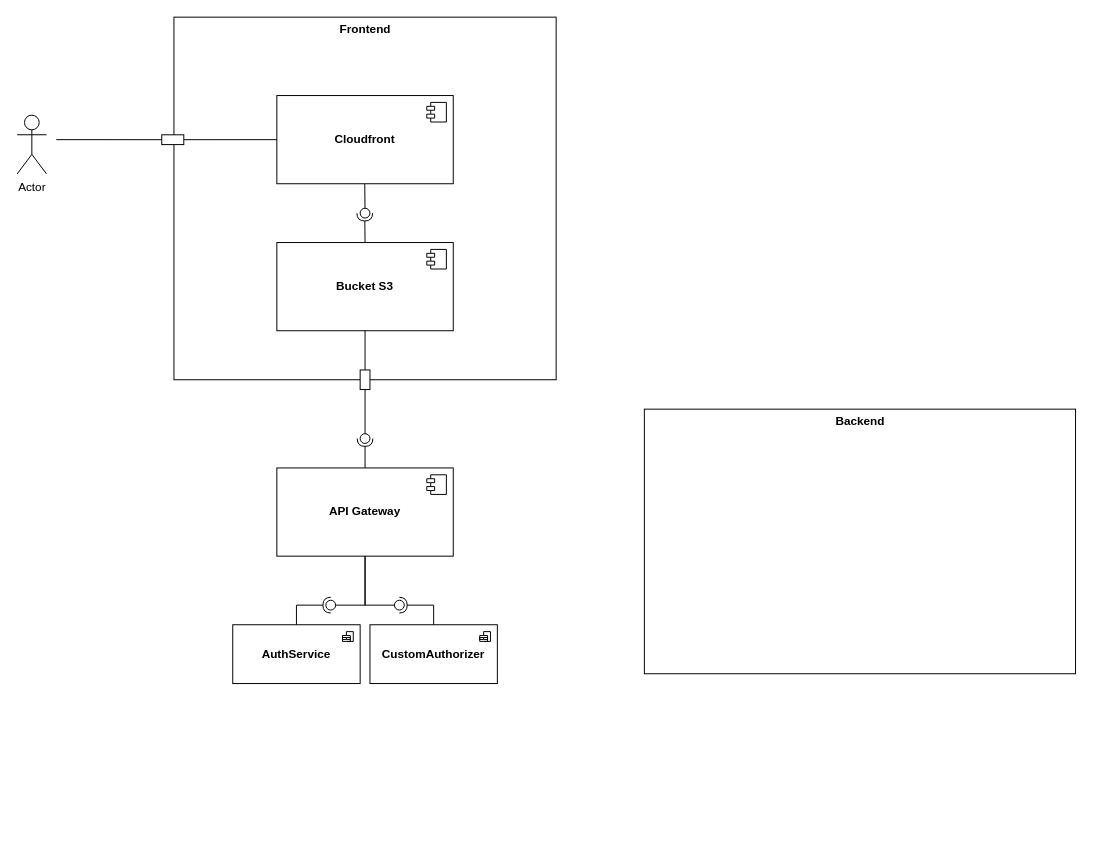
Earlier version of the draw.io diagram UML_E1.drawio (dgolzm/E1-Arqui-UML). Source tidied: cells renumbered, new cells numbered last; positions are measured from the earlier drawing's top-left corner, leaving out a move shared by most shapes. Both pictures are drawn from the tidied source at 98%, with x=0, y=0 at pixel (17, 17).
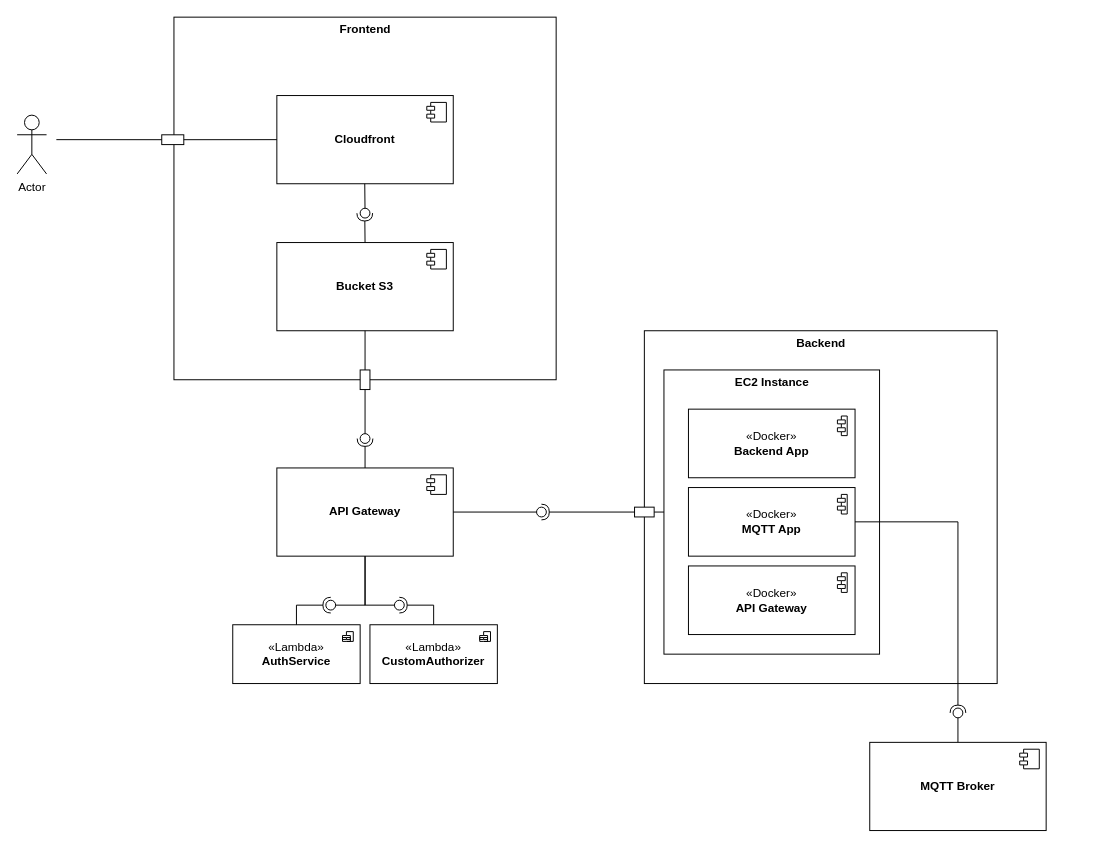
The same page after the edit.

Unchanged cells that the change refers to:
```xml
<mxCell id="10" value="&lt;b&gt;API Gateway&lt;/b&gt;" style="html=1;whiteSpace=wrap;" parent="1" vertex="1">
  <mxGeometry x="265" y="460" width="180" height="90" as="geometry" />
</mxCell>
```

The edit, as a diff of the source:
```diff
@@
     <mxCell id="4" style="html=1;whiteSpace=wrap;" parent="1" vertex="1">
-      <mxGeometry x="640" y="400" width="440" height="270" as="geometry" />
+      <mxGeometry x="640" y="320" width="360" height="360" as="geometry" />
     </mxCell>
     <mxCell id="5" value="Backend" style="text;align=center;fontStyle=1;verticalAlign=middle;spacingLeft=3;spacingRight=3;strokeColor=none;html=1;" parent="1" vertex="1">
-      <mxGeometry x="820" y="400" width="80" height="26" as="geometry" />
+      <mxGeometry x="780" y="320" width="80" height="26" as="geometry" />
     </mxCell>
@@
-    <mxCell id="17" value="&lt;b&gt;AuthService&lt;/b&gt;" style="html=1;whiteSpace=wrap;" parent="1" vertex="1">
+    <mxCell id="17" value="&lt;div&gt;«Lambda»&lt;br&gt;&lt;/div&gt;&lt;b&gt;AuthService&lt;/b&gt;" style="html=1;whiteSpace=wrap;" parent="1" vertex="1">
       <mxGeometry x="220" y="620" width="130" height="60" as="geometry" />
     </mxCell>
@@
-    <mxCell id="19" value="&lt;b&gt;CustomAuthorizer&lt;/b&gt;" style="html=1;whiteSpace=wrap;" parent="1" vertex="1">
+    <mxCell id="19" value="&lt;div&gt;«Lambda»&lt;br&gt;&lt;/div&gt;&lt;b&gt;CustomAuthorizer&lt;/b&gt;" style="html=1;whiteSpace=wrap;" parent="1" vertex="1">
       <mxGeometry x="360" y="620" width="130" height="60" as="geometry" />
     </mxCell>
@@
+    <mxCell id="35" style="html=1;whiteSpace=wrap;" parent="1" vertex="1">
+      <mxGeometry x="660" y="360" width="220" height="290" as="geometry" />
+    </mxCell>
+    <mxCell id="36" value="EC2 Instance" style="text;align=center;fontStyle=1;verticalAlign=middle;spacingLeft=3;spacingRight=3;strokeColor=none;html=1;" parent="1" vertex="1">
+      <mxGeometry x="730" y="360" width="80" height="26" as="geometry" />
+    </mxCell>
+    <mxCell id="37" value="&lt;div&gt;«Docker»&lt;br&gt;&lt;/div&gt;&lt;b&gt;Backend App&lt;/b&gt;" style="html=1;whiteSpace=wrap;" parent="1" vertex="1">
+      <mxGeometry x="685" y="400" width="170" height="70" as="geometry" />
+    </mxCell>
+    <mxCell id="38" style="shape=module;jettyWidth=8;jettyHeight=4;" parent="37" vertex="1">
+      <mxGeometry x="1" width="10" height="20" relative="1" as="geometry">
+        <mxPoint x="-18" y="7" as="offset" />
+      </mxGeometry>
+    </mxCell>
+    <mxCell id="39" value="&lt;div&gt;«Docker»&lt;b&gt;&lt;br&gt;&lt;/b&gt;&lt;/div&gt;&lt;b&gt;MQTT App&lt;/b&gt;" style="html=1;whiteSpace=wrap;" parent="1" vertex="1">
+      <mxGeometry x="685" y="480" width="170" height="70" as="geometry" />
+    </mxCell>
+    <mxCell id="40" style="shape=module;jettyWidth=8;jettyHeight=4;" parent="39" vertex="1">
+      <mxGeometry x="1" width="10" height="20" relative="1" as="geometry">
+        <mxPoint x="-18" y="7" as="offset" />
+      </mxGeometry>
+    </mxCell>
+    <mxCell id="41" value="&lt;div&gt;«Docker»&lt;b&gt;&lt;br&gt;&lt;/b&gt;&lt;/div&gt;&lt;b&gt;API Gateway&lt;/b&gt;" style="html=1;whiteSpace=wrap;" parent="1" vertex="1">
+      <mxGeometry x="685" y="560" width="170" height="70" as="geometry" />
+    </mxCell>
+    <mxCell id="42" style="shape=module;jettyWidth=8;jettyHeight=4;" parent="41" vertex="1">
+      <mxGeometry x="1" width="10" height="20" relative="1" as="geometry">
+        <mxPoint x="-18" y="7" as="offset" />
+      </mxGeometry>
+    </mxCell>
+    <mxCell id="43" style="rounded=0;jettySize=auto;html=1;endArrow=halfCircle;endFill=0;endSize=6;strokeWidth=1;sketch=0;exitX=0;exitY=0.5;exitDx=0;exitDy=0;" parent="1" edge="1" source="46" target="45">
+      <mxGeometry relative="1" as="geometry" />
+    </mxCell>
+    <mxCell id="44" style="rounded=0;jettySize=auto;html=1;endArrow=oval;endFill=0;sketch=0;sourcePerimeterSpacing=0;targetPerimeterSpacing=0;endSize=10;exitX=1;exitY=0.5;exitDx=0;exitDy=0;" parent="1" edge="1" source="10" target="45">
+      <mxGeometry relative="1" as="geometry" />
+    </mxCell>
+    <mxCell id="45" style="ellipse;whiteSpace=wrap;html=1;align=center;fillColor=none;strokeColor=none;perimeter=centerPerimeter;points=[];outlineConnect=1;" parent="1" vertex="1">
+      <mxGeometry x="530" y="500" width="10" height="10" as="geometry" />
+    </mxCell>
+    <mxCell id="46" style="html=1;whiteSpace=wrap;" parent="1" vertex="1">
+      <mxGeometry x="630" y="500" width="20" height="10" as="geometry" />
+    </mxCell>
+    <mxCell id="47" style="line;strokeWidth=1;fillColor=none;align=left;verticalAlign=middle;spacingTop=-1;spacingLeft=3;spacingRight=3;labelPosition=right;strokeColor=inherit;" parent="1" vertex="1">
+      <mxGeometry x="650" y="501" width="10" height="8" as="geometry" />
+    </mxCell>
+    <mxCell id="48" style="ellipse;whiteSpace=wrap;html=1;align=center;fillColor=none;strokeColor=none;perimeter=centerPerimeter;" parent="1" vertex="1">
+      <mxGeometry x="870" y="510" width="10" height="10" as="geometry" />
+    </mxCell>
+    <mxCell id="49" style="rounded=0;jettySize=auto;html=1;endArrow=halfCircle;endFill=0;endSize=6;strokeWidth=1;sketch=0;exitX=1;exitY=0.5;exitDx=0;exitDy=0;" parent="1" edge="1" source="39">
+      <mxGeometry relative="1" as="geometry">
+        <mxPoint x="960" y="710" as="targetPoint" />
+        <Array as="points">
+          <mxPoint x="960" y="515" />
+        </Array>
+      </mxGeometry>
+    </mxCell>
+    <mxCell id="50" style="rounded=0;orthogonalLoop=1;jettySize=auto;html=1;endArrow=oval;endFill=0;sketch=0;sourcePerimeterSpacing=0;targetPerimeterSpacing=0;endSize=10;entryX=0.587;entryY=0.798;entryDx=0;entryDy=0;entryPerimeter=0;" parent="1" edge="1">
+      <mxGeometry relative="1" as="geometry">
+        <mxPoint x="960" y="740" as="sourcePoint" />
+        <mxPoint x="960" y="710" as="targetPoint" />
+      </mxGeometry>
+    </mxCell>
+    <mxCell id="51" style="ellipse;whiteSpace=wrap;html=1;align=center;fillColor=none;strokeColor=none;perimeter=centerPerimeter;" parent="1" vertex="1">
+      <mxGeometry x="950" y="710" width="10" height="10" as="geometry" />
+    </mxCell>
+    <mxCell id="52" value="&lt;b&gt;MQTT Broker&lt;/b&gt;" style="html=1;whiteSpace=wrap;" parent="1" vertex="1">
+      <mxGeometry x="870" y="740" width="180" height="90" as="geometry" />
+    </mxCell>
+    <mxCell id="53" style="shape=module;jettyWidth=8;jettyHeight=4;" parent="52" vertex="1">
+      <mxGeometry x="1" width="20" height="20" relative="1" as="geometry">
+        <mxPoint x="-27" y="7" as="offset" />
+      </mxGeometry>
+    </mxCell>
```
